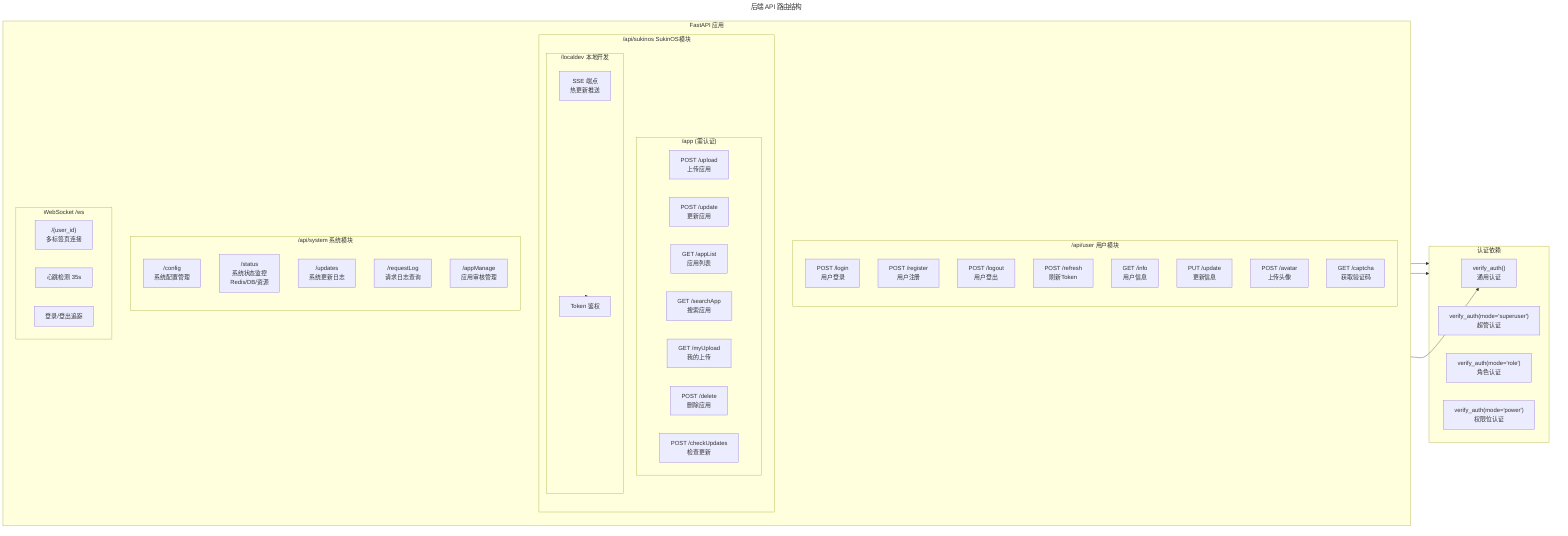
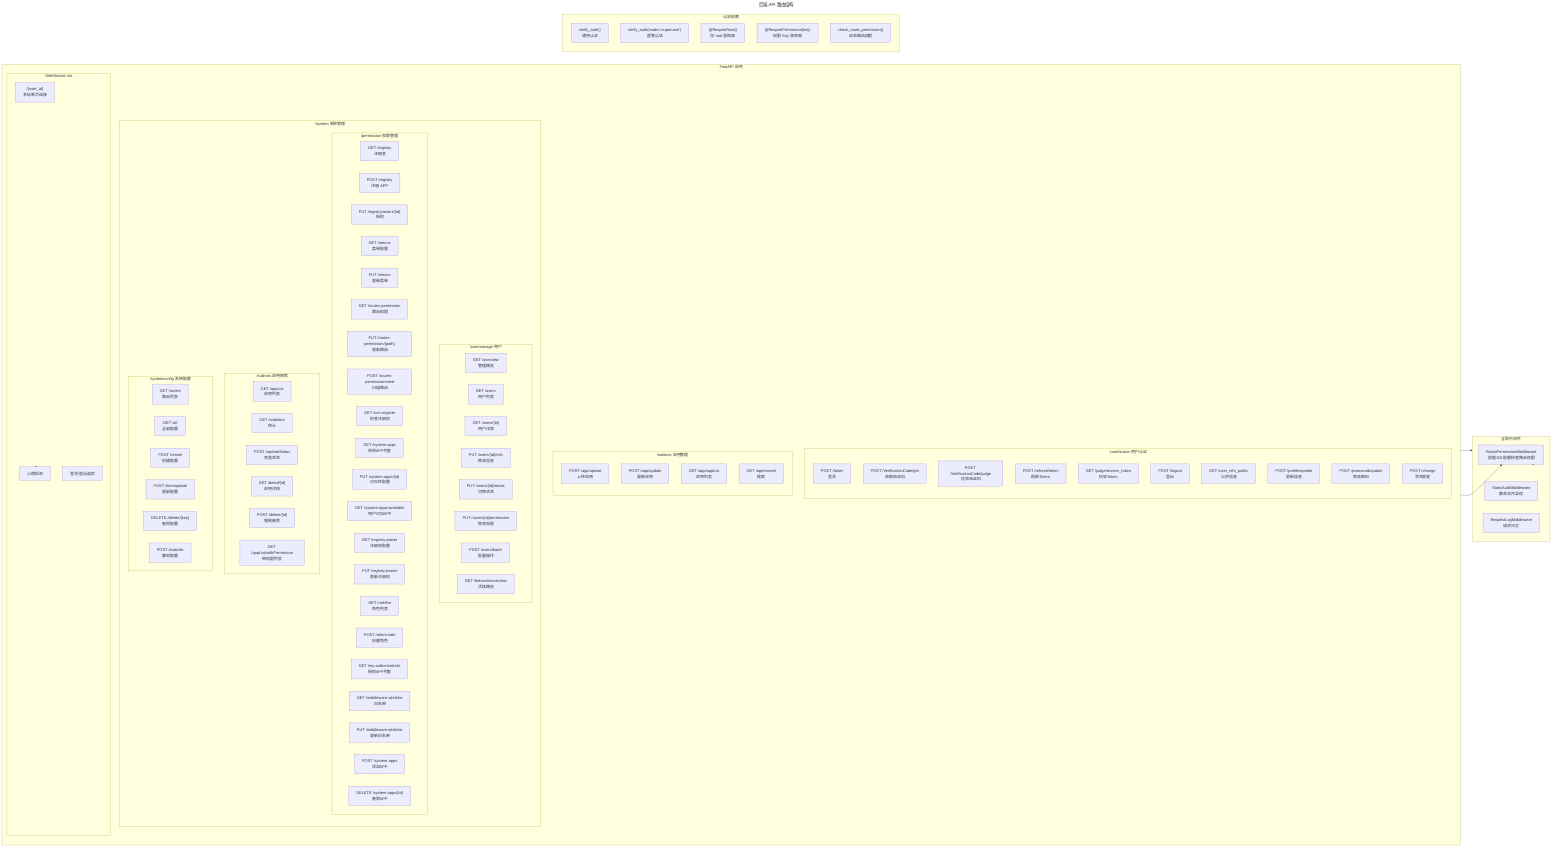
---
title: 后端 API 路由结构
---
graph LR
    subgraph FastAPI["FastAPI 应用"]
        direction TB

-         subgraph UserRoutes["/api/user 用户模块"]
+         subgraph UserRoutes["/user/status 用户认证"]
            direction TB
-             R1["POST /login<br/>用户登录"]
-             R2["POST /register<br/>用户注册"]
-             R3["POST /logout<br/>用户登出"]
-             R4["POST /refresh<br/>刷新Token"]
-             R5["GET /info<br/>用户信息"]
-             R6["PUT /update<br/>更新信息"]
-             R7["POST /avatar<br/>上传头像"]
-             R8["GET /captcha<br/>获取验证码"]
+             R1["POST /token<br/>登录"]
+             R2["POST /VerificationCode/get<br/>获取验证码"]
+             R3["POST /VerificationCode/judge<br/>校验验证码"]
+             R4["POST /refresh/token<br/>刷新Token"]
+             R5["GET /judge/access_token<br/>校验Token"]
+             R6["POST /logout<br/>登出"]
+             R7["GET /user_info_public<br/>公开信息"]
+             R8["POST /profile/update<br/>更新信息"]
+             R9["POST /password/update<br/>修改密码"]
+             R10["POST /change<br/>状态变更"]
        end

-         subgraph SukinosRoutes["/api/sukinos SukinOS模块"]
+         subgraph SukinosRoutes["/sukinos 应用管理"]
+             direction TB
+             S1["POST /app/upload<br/>上传应用"]
+             S2["POST /app/update<br/>更新应用"]
+             S3["GET /app/appList<br/>应用列表"]
+             S4["GET /app/search<br/>搜索"]
+         end
+ 
+         subgraph SystemManage["/system 系统管理"]
            direction TB

-             subgraph AppManage["/app (需认证)"]
-                 S1["POST /upload<br/>上传应用"]
-                 S2["POST /update<br/>更新应用"]
-                 S3["GET /appList<br/>应用列表"]
-                 S4["GET /searchApp<br/>搜索应用"]
-                 S5["GET /myUpload<br/>我的上传"]
-                 S6["POST /delete<br/>删除应用"]
-                 S7["POST /checkUpdates<br/>检查更新"]
+             subgraph SM_User["/usermanage 用户"]
+                 SM1["GET /overview<br/>管理概览"]
+                 SM2["GET /users<br/>用户列表"]
+                 SM3["GET /users/{id}<br/>用户详情"]
+                 SM4["PUT /users/{id}/info<br/>修改信息"]
+                 SM5["PUT /users/{id}/status<br/>切换状态"]
+                 SM6["PUT /users/{id}/permission<br/>修改权限"]
+                 SM7["POST /users/batch<br/>批量操作"]
+                 SM8["GET /behavior/overview<br/>活跃概览"]
            end

-             subgraph LocalDev["/localdev 本地开发"]
-                 L1["SSE 端点<br/>热更新推送"]
-                 L2["Token 鉴权"]
+             subgraph SM_Perm["/permission 权限管理"]
+                 SP1["GET /registry<br/>注册表"]
+                 SP2["POST /registry<br/>注册 APP"]
+                 SP3["PUT /registry/actors/{id}<br/>授权"]
+                 SP4["GET /menus<br/>菜单配置"]
+                 SP5["PUT /menus<br/>更新菜单"]
+                 SP6["GET /routes-permission<br/>路由权限"]
+                 SP7["PUT /routes-permission/{path}<br/>更新路由"]
+                 SP8["POST /routes-permission/seed<br/>扫描路由"]
+                 SP9["GET /can-register<br/>检查注册权"]
+                 SP12["GET /system-apps<br/>系统APP列表"]
+                 SP13["PUT /system-apps/{id}<br/>可见性配置"]
+                 SP14["GET /system-apps/available<br/>用户可见APP"]
+                 SP15["GET /registry-power<br/>注册权配置"]
+                 SP16["PUT /registry-power<br/>更新注册权"]
+                 SP17["GET /role/list<br/>角色列表"]
+                 SP18["POST /role/create<br/>创建角色"]
+                 SP19["GET /my-authorized-ids<br/>授权APP列表"]
+                 SP20["GET /middleware-whitelist<br/>白名单"]
+                 SP21["PUT /middleware-whitelist<br/>更新白名单"]
+                 SP22["POST /system-apps<br/>添加APP"]
+                 SP23["DELETE /system-apps/{id}<br/>删除APP"]
            end
-         end

-         subgraph SystemRoutes["/api/system 系统模块"]
-             direction TB
-             T1["/config<br/>系统配置管理"]
-             T2["/status<br/>系统状态监控<br/>Redis/DB/资源"]
-             T3["/updates<br/>系统更新日志"]
-             T4["/requestLog<br/>请求日志查询"]
-             T5["/appManage<br/>应用审核管理"]
+             subgraph SM_APP["/sukinos 应用审核"]
+                 SA1["GET /appList<br/>应用列表"]
+                 SA2["GET /statistics<br/>统计"]
+                 SA3["POST /updateStatus<br/>变更状态"]
+                 SA4["GET /detail/{id}<br/>应用详情"]
+                 SA5["POST /delete/{id}<br/>强制删除"]
+                 SA6["GET /appList/withPermission<br/>带权限列表"]
+             end
+ 
+             subgraph SM_Config["/systemconfig 系统配置"]
+                 SC1["GET /routes<br/>路由列表"]
+                 SC2["GET /all<br/>全部配置"]
+                 SC3["POST /create<br/>创建配置"]
+                 SC4["POST /item/update<br/>更新配置"]
+                 SC5["DELETE /delete/{key}<br/>删除配置"]
+                 SC6["POST /staticlist<br/>静态配置"]
+             end
        end

        subgraph WsRoutes["WebSocket /ws"]
            W1["/{user_id}<br/>多标签页连接"]
-             W2["心跳检测 35s"]
+             W2["心跳检测"]
            W3["登录/登出追踪"]
        end
+     end
+ 
+     subgraph Middleware["全局中间件"]
+         M1["RoutePermissionMiddleware<br/>根据 DB 配置检查路由权限"]
+         M2["StaticAuthMiddleware<br/>静态文件鉴权"]
+         M3["RequestLogMiddleware<br/>请求日志"]
    end

    subgraph Auth["认证依赖"]
        A1["verify_auth()<br/>通用认证"]
        A2["verify_auth(mode='superuser')<br/>超管认证"]
-         A3["verify_auth(mode='role')<br/>角色认证"]
-         A4["verify_auth(mode='power')<br/>权限位认证"]
+         A3["@RequireRoot()<br/>仅 root 装饰器"]
+         A4["@RequirePermission(key)<br/>权限 Key 装饰器"]
+         A5["check_route_permission()<br/>动态路由权限"]
    end

-     AppManage --> Auth
-     SystemRoutes --> Auth
-     LocalDev --> L2
-     UserRoutes --> A1
+     SystemManage --> Middleware
+     Middleware --> M1
+     SukinosRoutes --> M1
+     WsRoutes --> W2